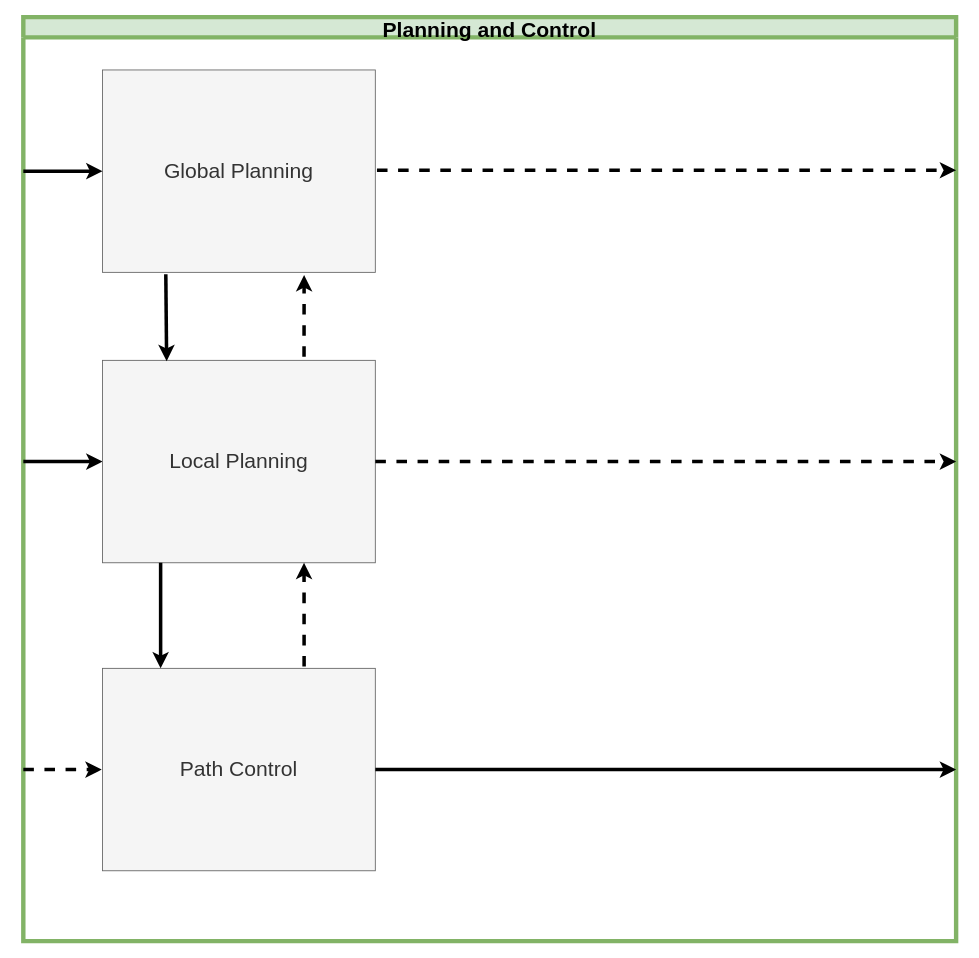
The draw.io diagram page "#2 Planning and Control" (6 of 13) of TestNav.drawio in ipa-dmo/ipa_outdoor_docu, before the edit. Source tidied: cells renumbered, new cells numbered last; positions are measured from the earlier drawing's top-left corner, leaving out a move shared by most shapes. Both pictures are drawn from the tidied source at 88%, with x=0, y=0 at pixel (23, 17). Pictures stored in the file or linked from it are replaced by grey dashed boxes.
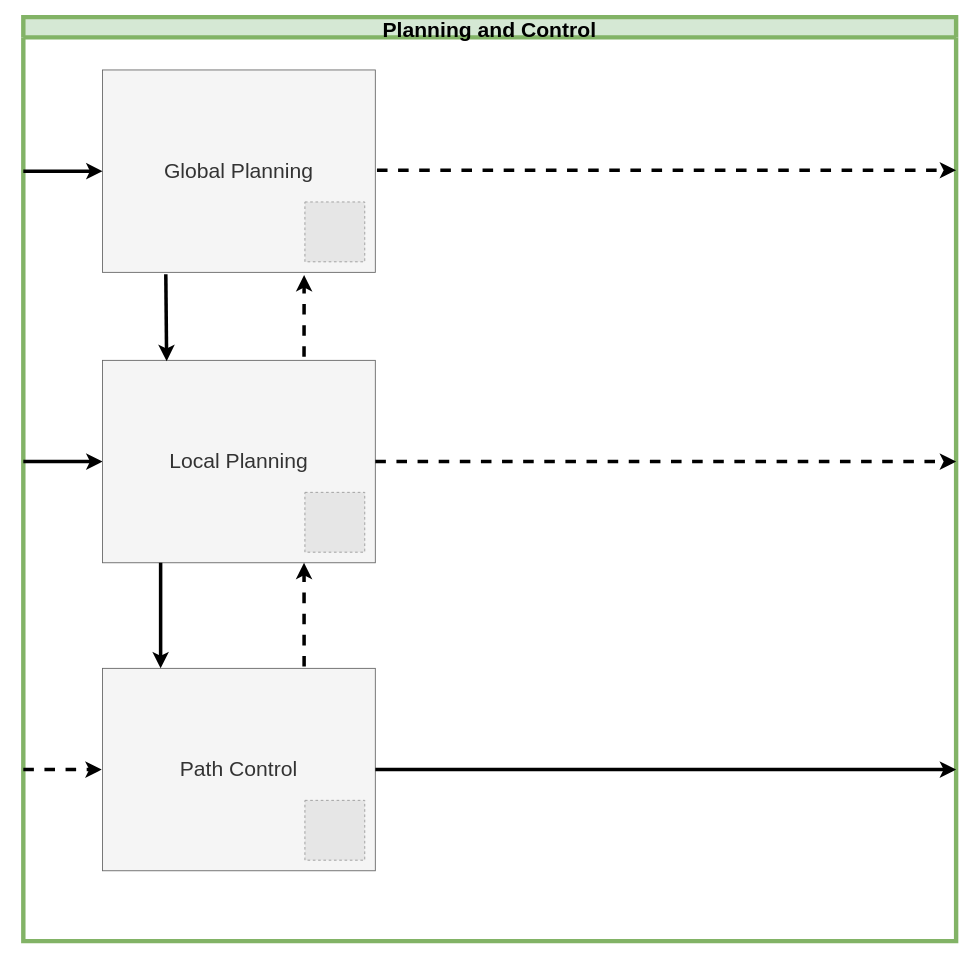
After the change.

The change refers to these unchanged cells:
```xml
<mxCell id="2" value="Planning and Control" style="swimlane;fillColor=#d5e8d4;strokeColor=#82b366;fontSize=24;strokeWidth=5;" parent="1" vertex="1">
  <mxGeometry width="1060" height="1050" as="geometry" />
</mxCell>
```

The edit, as a diff of the source:
```diff
@@
+    <mxCell id="16" style="fillColor=#E6E6E6;strokeColor=#999999;dashed=1;html=1;verticalAlign=top;verticalLabelPosition=bottom;labelBackgroundColor=#ffffff;fontColor=#FF0000;" parent="2" vertex="1">
+      <mxGeometry x="320" y="540" width="68" height="68" as="geometry" />
+    </mxCell>
+    <mxCell id="17" style="fillColor=#E6E6E6;strokeColor=#999999;dashed=1;html=1;verticalAlign=top;verticalLabelPosition=bottom;labelBackgroundColor=#ffffff;fontColor=#FF0000;" parent="2" vertex="1">
+      <mxGeometry x="320" y="210" width="68" height="68" as="geometry" />
+    </mxCell>
+    <mxCell id="18" style="fillColor=#E6E6E6;strokeColor=#999999;dashed=1;html=1;verticalAlign=top;verticalLabelPosition=bottom;labelBackgroundColor=#ffffff;fontColor=#FF0000;" parent="2" vertex="1">
+      <mxGeometry x="320" y="890" width="68" height="68" as="geometry" />
+    </mxCell>
```
